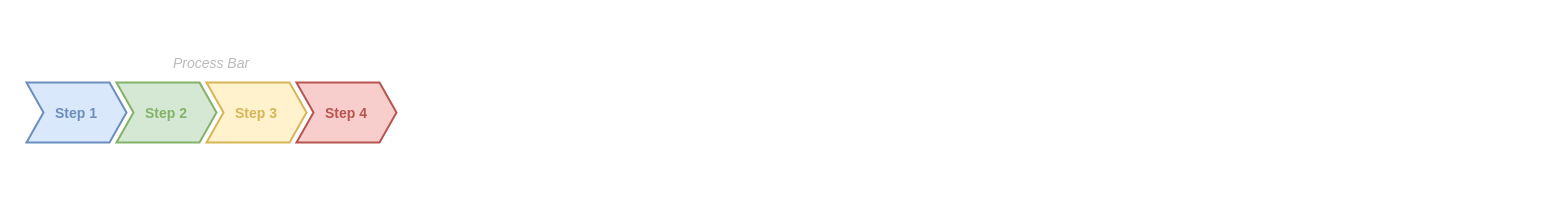
This is concept.drawio from jackgray/voxemo, a draw.io file, before an edit. Source tidied: cells renumbered, new cells numbered last; positions are measured from the earlier drawing's top-left corner, leaving out a move shared by most shapes. Both pictures are drawn from the tidied source at 100%, with x=0, y=0 at pixel (16, 52).
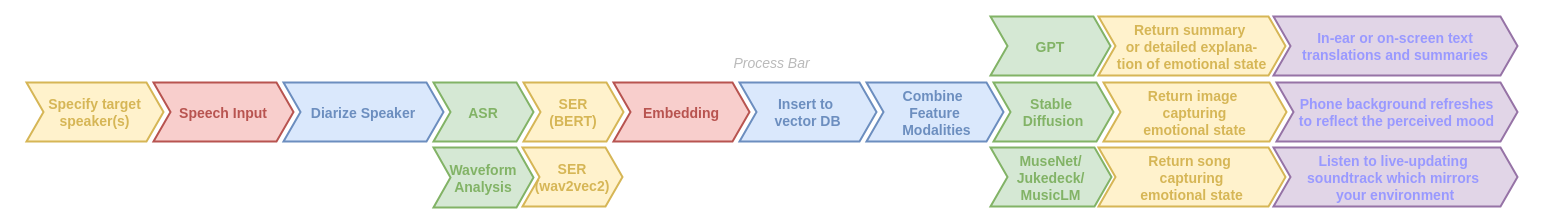
After the change.

Diff of the diagram source:
```diff
@@
     <mxCell id="2" value="Process Bar" style="swimlane;fontStyle=2;horizontal=1;startSize=20;fillColor=none;swimlaneFillColor=none;strokeColor=none;fontFamily=Helvetica;fontSize=14;fontColor=#BABABA;verticalAlign=middle;stackBorder=10;" parent="1" vertex="1">
-      <mxGeometry width="390" height="100" as="geometry" />
+      <mxGeometry width="1511" height="99" as="geometry" />
     </mxCell>
-    <mxCell id="3" value="Step 1" style="shape=step;perimeter=stepPerimeter;strokeColor=#6C8EBF;fontFamily=Helvetica;fontSize=14;fontColor=#6C8EBF;fillColor=#dae8fc;fixedSize=1;size=17;fontStyle=1;strokeWidth=2;spacingTop=0;" parent="2" vertex="1">
-      <mxGeometry x="10" y="30" width="100" height="60" as="geometry" />
-    </mxCell>
+    <mxCell id="7" value="Specify target&#10;speaker(s)" style="shape=step;perimeter=stepPerimeter;strokeColor=#D6B656;fontFamily=Helvetica;fontSize=14;fontColor=#D6B656;fillColor=#fff2cc;fixedSize=1;size=17;fontStyle=1;strokeWidth=2;spacingTop=0;" parent="2" vertex="1">
+      <mxGeometry x="10" y="30" width="137" height="59" as="geometry" />
+    </mxCell>
+    <mxCell id="8" value="Speech Input" style="shape=step;perimeter=stepPerimeter;strokeColor=#B85450;fontFamily=Helvetica;fontSize=14;fontColor=#B85450;fillColor=#f8cecc;fixedSize=1;size=17;fontStyle=1;strokeWidth=2;spacingTop=0;" parent="2" vertex="1">
+      <mxGeometry x="137" y="30" width="140" height="59" as="geometry" />
+    </mxCell>
+    <mxCell id="9" value="Diarize Speaker" style="shape=step;perimeter=stepPerimeter;strokeColor=#6C8EBF;fontFamily=Helvetica;fontSize=14;fontColor=#6C8EBF;fillColor=#dae8fc;fixedSize=1;size=17;fontStyle=1;strokeWidth=2;spacingTop=0;" parent="2" vertex="1">
+      <mxGeometry x="267" y="30" width="160" height="59" as="geometry" />
+    </mxCell>
-    <mxCell id="4" value="Step 2" style="shape=step;perimeter=stepPerimeter;strokeColor=#82B366;fontFamily=Helvetica;fontSize=14;fontColor=#82B366;fillColor=#d5e8d4;fixedSize=1;size=17;fontStyle=1;strokeWidth=2;spacingTop=0;" parent="2" vertex="1">
-      <mxGeometry x="100" y="30" width="100" height="60" as="geometry" />
+    <mxCell id="4" value="ASR" style="shape=step;perimeter=stepPerimeter;strokeColor=#82B366;fontFamily=Helvetica;fontSize=14;fontColor=#82B366;fillColor=#d5e8d4;fixedSize=1;size=17;fontStyle=1;strokeWidth=2;spacingTop=0;" parent="2" vertex="1">
+      <mxGeometry x="417" y="30" width="100" height="59" as="geometry" />
     </mxCell>
-    <mxCell id="5" value="Step 3" style="shape=step;perimeter=stepPerimeter;strokeColor=#D6B656;fontFamily=Helvetica;fontSize=14;fontColor=#D6B656;fillColor=#fff2cc;fixedSize=1;size=17;fontStyle=1;strokeWidth=2;spacingTop=0;" parent="2" vertex="1">
-      <mxGeometry x="190" y="30" width="100" height="60" as="geometry" />
+    <mxCell id="5" value="SER&#10;(BERT)" style="shape=step;perimeter=stepPerimeter;strokeColor=#D6B656;fontFamily=Helvetica;fontSize=14;fontColor=#D6B656;fillColor=#fff2cc;fixedSize=1;size=17;fontStyle=1;strokeWidth=2;spacingTop=0;" parent="2" vertex="1">
+      <mxGeometry x="507" y="30" width="100" height="59" as="geometry" />
     </mxCell>
-    <mxCell id="6" value="Step 4" style="shape=step;perimeter=stepPerimeter;strokeColor=#B85450;fontFamily=Helvetica;fontSize=14;fontColor=#B85450;fillColor=#f8cecc;fixedSize=1;size=17;fontStyle=1;strokeWidth=2;spacingTop=0;" parent="2" vertex="1">
-      <mxGeometry x="280" y="30" width="100" height="60" as="geometry" />
+    <mxCell id="6" value="Embedding" style="shape=step;perimeter=stepPerimeter;strokeColor=#B85450;fontFamily=Helvetica;fontSize=14;fontColor=#B85450;fillColor=#f8cecc;fixedSize=1;size=17;fontStyle=1;strokeWidth=2;spacingTop=0;" parent="2" vertex="1">
+      <mxGeometry x="597" y="30" width="136" height="59" as="geometry" />
     </mxCell>
+    <mxCell id="10" value="Insert to &#10;vector DB" style="shape=step;perimeter=stepPerimeter;strokeColor=#6C8EBF;fontFamily=Helvetica;fontSize=14;fontColor=#6C8EBF;fillColor=#dae8fc;fixedSize=1;size=17;fontStyle=1;strokeWidth=2;spacingTop=0;" parent="2" vertex="1">
+      <mxGeometry x="723" y="30" width="137" height="59" as="geometry" />
+    </mxCell>
+    <mxCell id="11" value="Combine &#10;Feature&#10; Modalities" style="shape=step;perimeter=stepPerimeter;strokeColor=#6C8EBF;fontFamily=Helvetica;fontSize=14;fontColor=#6C8EBF;fillColor=#dae8fc;fixedSize=1;size=17;fontStyle=1;strokeWidth=2;spacingTop=0;" parent="2" vertex="1">
+      <mxGeometry x="850" y="30" width="137" height="59" as="geometry" />
+    </mxCell>
+    <mxCell id="12" value="Stable &#10;Diffusion" style="shape=step;perimeter=stepPerimeter;strokeColor=#82B366;fontFamily=Helvetica;fontSize=14;fontColor=#82B366;fillColor=#d5e8d4;fixedSize=1;size=17;fontStyle=1;strokeWidth=2;spacingTop=0;" parent="2" vertex="1">
+      <mxGeometry x="977" y="30" width="120" height="59" as="geometry" />
+    </mxCell>
+    <mxCell id="13" value="Return image &#10;capturing&#10;emotional state" style="shape=step;perimeter=stepPerimeter;strokeColor=#D6B656;fontFamily=Helvetica;fontSize=14;fontColor=#D6B656;fillColor=#fff2cc;fixedSize=1;size=17;fontStyle=1;strokeWidth=2;spacingTop=0;" parent="2" vertex="1">
+      <mxGeometry x="1087" y="30" width="183" height="59" as="geometry" />
+    </mxCell>
+    <mxCell id="14" value="Phone background refreshes&#10;to reflect the perceived mood" style="shape=step;perimeter=stepPerimeter;strokeColor=#9673a6;fontFamily=Helvetica;fontSize=14;fillColor=#e1d5e7;fixedSize=1;size=17;fontStyle=1;strokeWidth=2;spacingTop=0;fontColor=#9999FF;" parent="2" vertex="1">
+      <mxGeometry x="1260" y="30" width="241" height="59" as="geometry" />
+    </mxCell>
+    <mxCell id="15" value="Waveform&#10;Analysis" style="shape=step;perimeter=stepPerimeter;strokeColor=#82B366;fontFamily=Helvetica;fontSize=14;fontColor=#82B366;fillColor=#d5e8d4;fixedSize=1;size=17;fontStyle=1;strokeWidth=2;spacingTop=0;" parent="1" vertex="1">
+      <mxGeometry x="417" y="95" width="100" height="60" as="geometry" />
+    </mxCell>
+    <mxCell id="16" value="GPT" style="shape=step;perimeter=stepPerimeter;strokeColor=#82B366;fontFamily=Helvetica;fontSize=14;fontColor=#82B366;fillColor=#d5e8d4;fixedSize=1;size=17;fontStyle=1;strokeWidth=2;spacingTop=0;" parent="1" vertex="1">
+      <mxGeometry x="974" y="-36" width="120" height="59" as="geometry" />
+    </mxCell>
+    <mxCell id="17" value="MuseNet/&#10;Jukedeck/&#10;MusicLM" style="shape=step;perimeter=stepPerimeter;strokeColor=#82B366;fontFamily=Helvetica;fontSize=14;fontColor=#82B366;fillColor=#d5e8d4;fixedSize=1;size=17;fontStyle=1;strokeWidth=2;spacingTop=0;" parent="1" vertex="1">
+      <mxGeometry x="974" y="95" width="121" height="59" as="geometry" />
+    </mxCell>
+    <mxCell id="18" value="Return summary &#10;or detailed explana-&#10;tion of emotional state" style="shape=step;perimeter=stepPerimeter;strokeColor=#D6B656;fontFamily=Helvetica;fontSize=14;fontColor=#D6B656;fillColor=#fff2cc;fixedSize=1;size=17;fontStyle=1;strokeWidth=2;spacingTop=0;" parent="1" vertex="1">
+      <mxGeometry x="1082" y="-36" width="187" height="59" as="geometry" />
+    </mxCell>
+    <mxCell id="19" value="Return song &#10;capturing&#10;emotional state" style="shape=step;perimeter=stepPerimeter;strokeColor=#D6B656;fontFamily=Helvetica;fontSize=14;fontColor=#D6B656;fillColor=#fff2cc;fixedSize=1;size=17;fontStyle=1;strokeWidth=2;spacingTop=0;" parent="1" vertex="1">
+      <mxGeometry x="1082" y="95" width="187" height="59" as="geometry" />
+    </mxCell>
+    <mxCell id="20" value="Listen to live-updating &#10;soundtrack which mirrors &#10;your environment" style="shape=step;perimeter=stepPerimeter;strokeColor=#9673a6;fontFamily=Helvetica;fontSize=14;fillColor=#e1d5e7;fixedSize=1;size=17;fontStyle=1;strokeWidth=2;spacingTop=0;fontColor=#9999FF;" parent="1" vertex="1">
+      <mxGeometry x="1257" y="95" width="244" height="59" as="geometry" />
+    </mxCell>
+    <mxCell id="21" value="In-ear or on-screen text&#10;translations and summaries" style="shape=step;perimeter=stepPerimeter;strokeColor=#9673a6;fontFamily=Helvetica;fontSize=14;fillColor=#e1d5e7;fixedSize=1;size=17;fontStyle=1;strokeWidth=2;spacingTop=0;fontColor=#9999FF;" parent="1" vertex="1">
+      <mxGeometry x="1257" y="-36" width="244" height="59" as="geometry" />
+    </mxCell>
+    <mxCell id="22" value="SER&#10;(wav2vec2)" style="shape=step;perimeter=stepPerimeter;strokeColor=#D6B656;fontFamily=Helvetica;fontSize=14;fontColor=#D6B656;fillColor=#fff2cc;fixedSize=1;size=17;fontStyle=1;strokeWidth=2;spacingTop=0;" parent="1" vertex="1">
+      <mxGeometry x="506" y="95" width="100" height="59" as="geometry" />
+    </mxCell>
```
